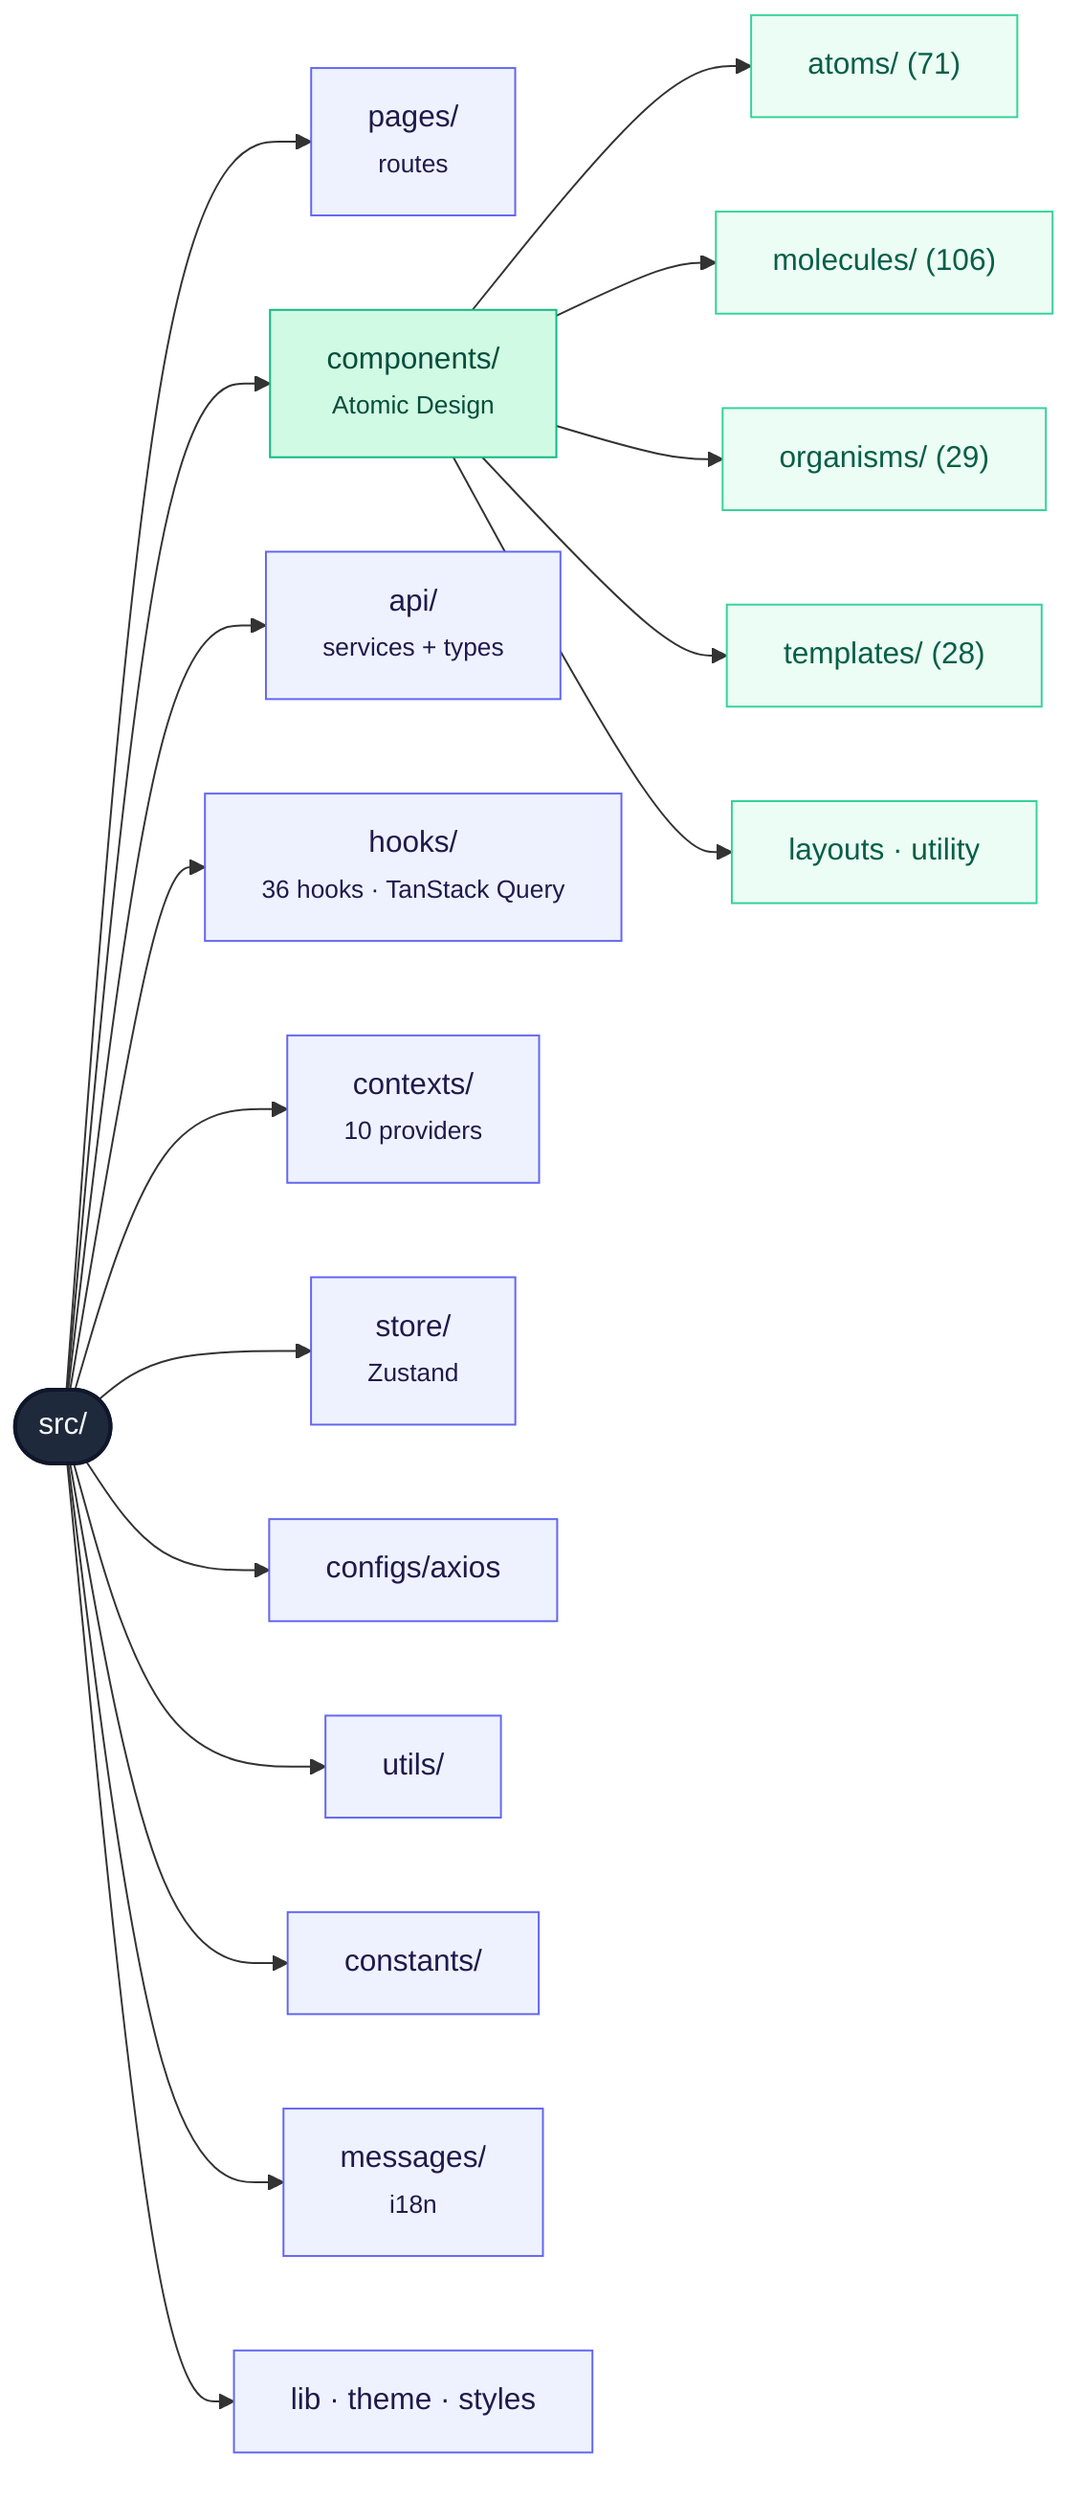
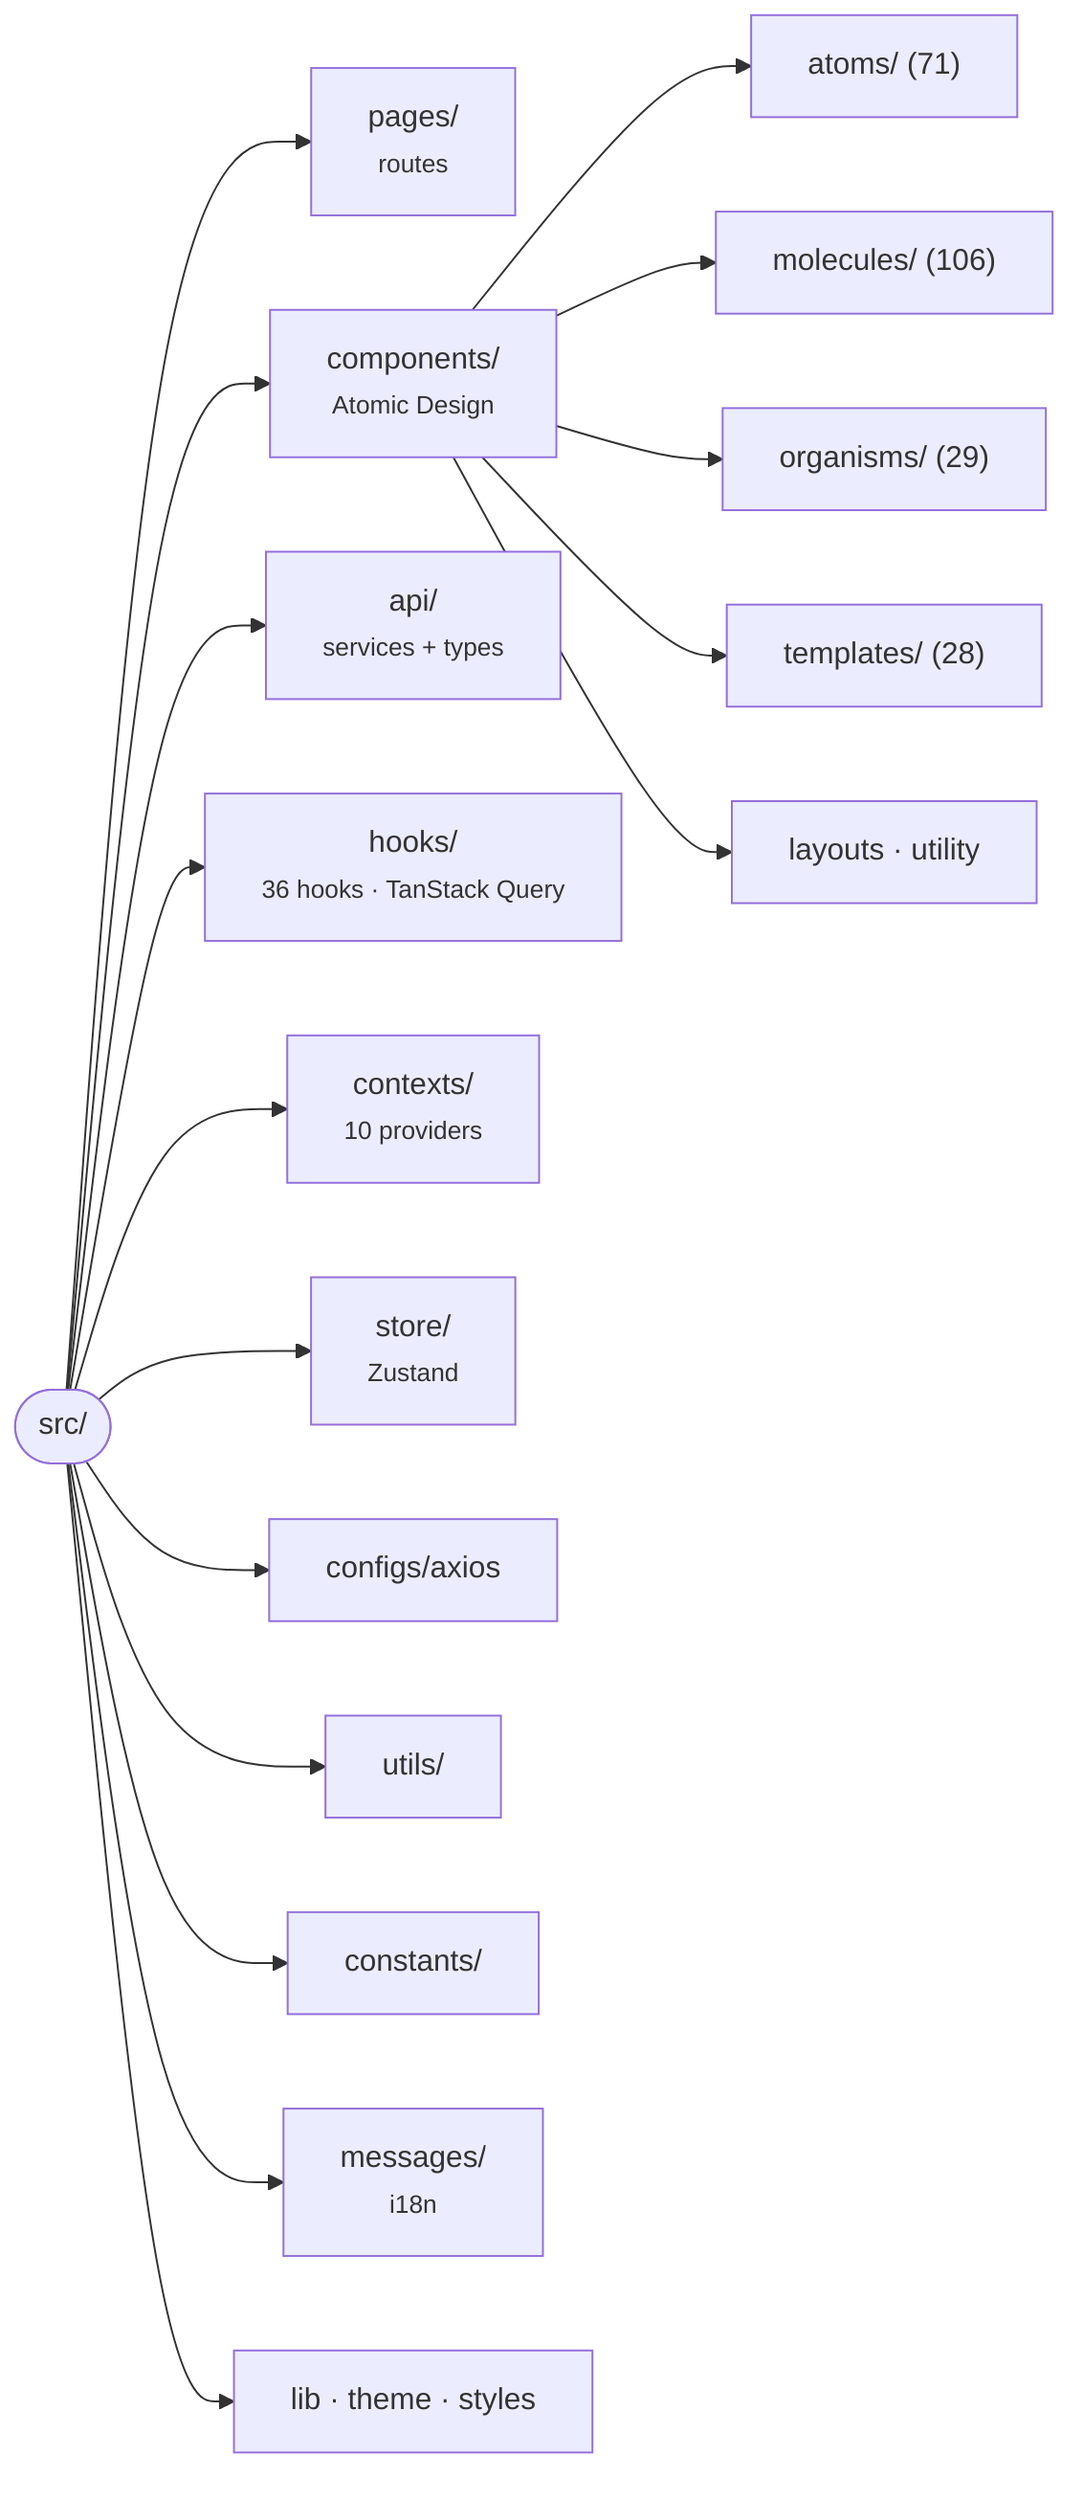
flowchart LR
 root(["src/"])
 root --> pages["pages/<br/><small>routes</small>"]
 root --> components["components/<br/><small>Atomic Design</small>"]
 root --> api["api/<br/><small>services + types</small>"]
 root --> hooks["hooks/<br/><small>36 hooks · TanStack Query</small>"]
 root --> contexts["contexts/<br/><small>10 providers</small>"]
 root --> store["store/<br/><small>Zustand</small>"]
 root --> configs["configs/axios"]
 root --> utils["utils/"]
 root --> constants["constants/"]
 root --> messages["messages/<br/><small>i18n</small>"]
 root --> lib["lib · theme · styles"]
 components --> c1["atoms/ (71)"]
 components --> c2["molecules/ (106)"]
 components --> c3["organisms/ (29)"]
 components --> c4["templates/ (28)"]
 components --> c5["layouts · utility"]
- 
-  classDef root fill:#1e293b,stroke:#0f172a,color:#f8fafc,stroke-width:2px
-  classDef ui fill:#d1fae5,stroke:#10b981,color:#064e3b
-  classDef other fill:#eef2ff,stroke:#6366f1,color:#1e1b4b
-  classDef sub fill:#ecfdf5,stroke:#34d399,color:#065f46
-  class root root
-  class components ui
-  class pages,api,hooks,contexts,store,configs,utils,constants,messages,lib other
-  class c1,c2,c3,c4,c5 sub
